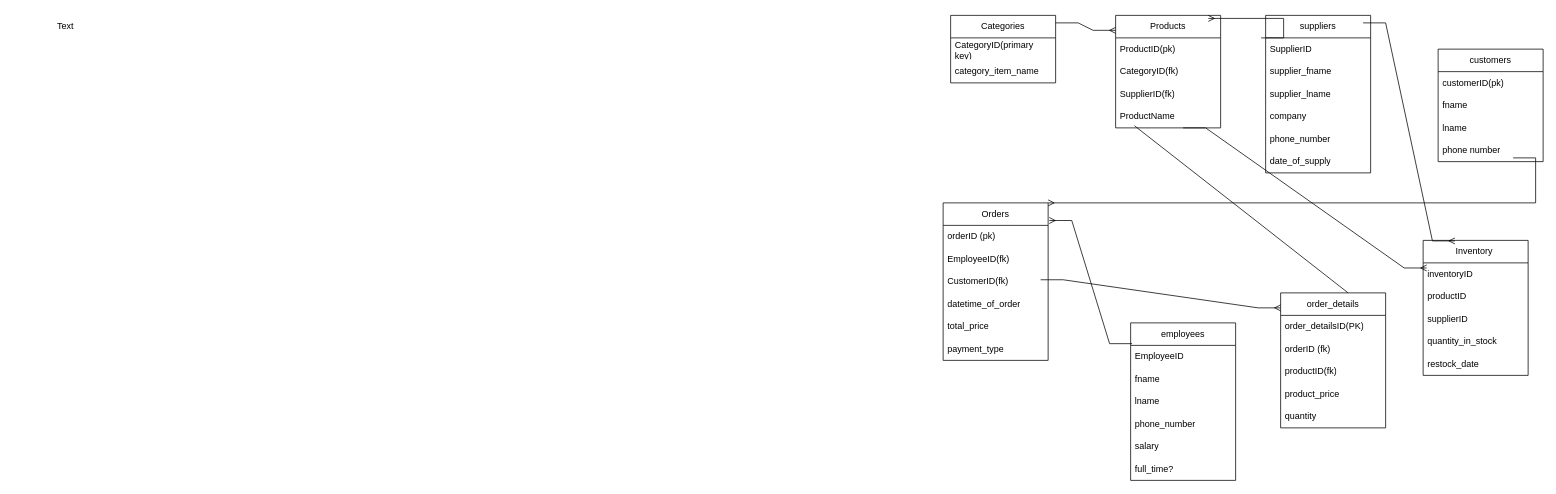
Earlier version of the draw.io diagram Untitled Diagram.drawio (jdridges/Capstone_1). Source tidied: cells renumbered, new cells numbered last; positions are measured from the earlier drawing's top-left corner, leaving out a move shared by most shapes. Both pictures are drawn from the tidied source at 75%, with x=0, y=0 at pixel (13, 15).
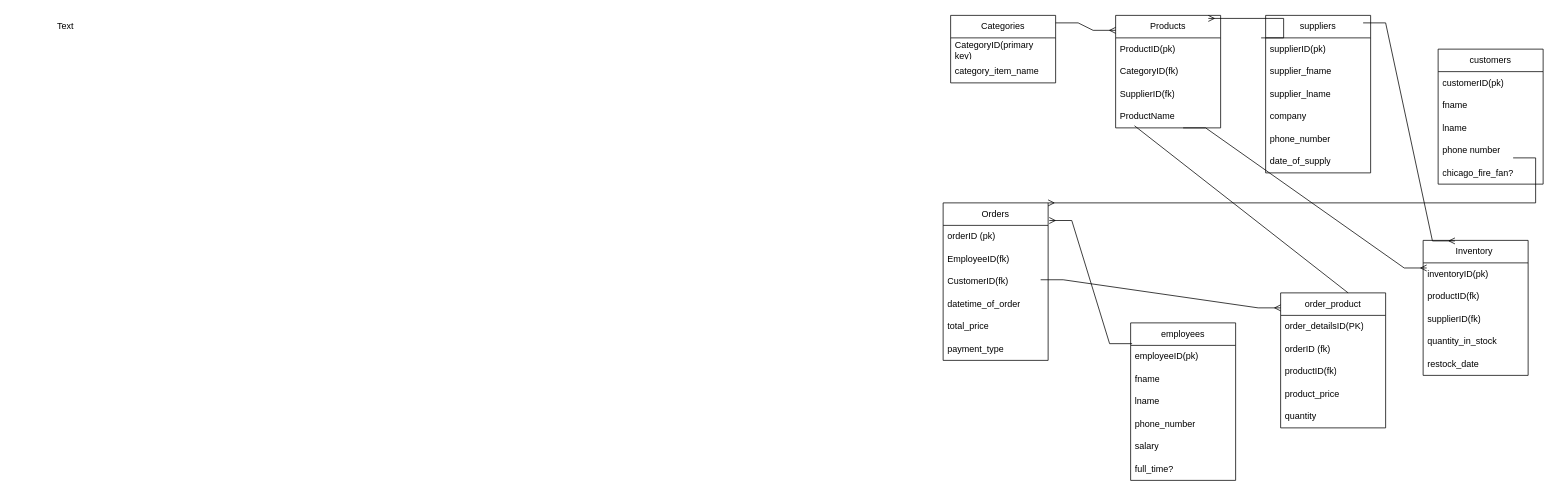
The same diagram, later.

Unchanged cells that the change refers to:
```xml
<mxCell id="12" value="suppliers" style="swimlane;fontStyle=0;horizontal=1;startSize=30;whiteSpace=wrap;html=1;" parent="1" vertex="1">
  <mxGeometry x="1670" width="140" height="210" as="geometry" />
</mxCell>
<mxCell id="26" value="employees" style="swimlane;fontStyle=0;horizontal=1;startSize=30;whiteSpace=wrap;html=1;" parent="1" vertex="1">
  <mxGeometry x="1490" y="410" width="140" height="210" as="geometry" />
</mxCell>
<mxCell id="45" value="Inventory&amp;nbsp;" style="swimlane;fontStyle=0;horizontal=1;startSize=30;whiteSpace=wrap;html=1;" parent="1" vertex="1">
  <mxGeometry x="1880" y="300" width="140" height="180" as="geometry" />
</mxCell>
```

Change to the diagram source:
```diff
@@
-    <mxCell id="13" value="SupplierID" style="text;strokeColor=none;fillColor=none;align=left;verticalAlign=middle;spacingLeft=4;spacingRight=4;overflow=hidden;whiteSpace=wrap;html=1;" parent="12" vertex="1">
+    <mxCell id="13" value="supplierID(pk)" style="text;strokeColor=none;fillColor=none;align=left;verticalAlign=middle;spacingLeft=4;spacingRight=4;overflow=hidden;whiteSpace=wrap;html=1;" parent="12" vertex="1">
       <mxGeometry y="30" width="140" height="30" as="geometry" />
     </mxCell>
@@
-    <mxCell id="27" value="EmployeeID" style="text;strokeColor=none;fillColor=none;align=left;verticalAlign=middle;spacingLeft=4;spacingRight=4;overflow=hidden;whiteSpace=wrap;html=1;" parent="26" vertex="1">
+    <mxCell id="27" value="employeeID(pk)" style="text;strokeColor=none;fillColor=none;align=left;verticalAlign=middle;spacingLeft=4;spacingRight=4;overflow=hidden;whiteSpace=wrap;html=1;" parent="26" vertex="1">
       <mxGeometry y="30" width="140" height="30" as="geometry" />
     </mxCell>
@@
-    <mxCell id="33" value="order_details" style="swimlane;fontStyle=0;horizontal=1;startSize=30;whiteSpace=wrap;html=1;" parent="1" vertex="1">
+    <mxCell id="33" value="order_product" style="swimlane;fontStyle=0;horizontal=1;startSize=30;whiteSpace=wrap;html=1;" parent="1" vertex="1">
       <mxGeometry x="1690" y="370" width="140" height="180" as="geometry" />
     </mxCell>
@@
     <mxCell id="39" value="customers" style="swimlane;fontStyle=0;horizontal=1;startSize=30;whiteSpace=wrap;html=1;" parent="1" vertex="1">
-      <mxGeometry x="1900" y="45" width="140" height="150" as="geometry" />
+      <mxGeometry x="1900" y="45" width="140" height="180" as="geometry" />
     </mxCell>
@@
+    <mxCell id="57" value="chicago_fire_fan?" style="text;strokeColor=none;fillColor=none;align=left;verticalAlign=middle;spacingLeft=4;spacingRight=4;overflow=hidden;whiteSpace=wrap;html=1;" parent="39" vertex="1">
+      <mxGeometry y="150" width="140" height="30" as="geometry" />
+    </mxCell>
@@
-    <mxCell id="46" value="inventoryID" style="text;strokeColor=none;fillColor=none;align=left;verticalAlign=middle;spacingLeft=4;spacingRight=4;overflow=hidden;points=[[0,0.5],[1,0.5]];portConstraint=eastwest;whiteSpace=wrap;html=1;" parent="45" vertex="1">
+    <mxCell id="46" value="inventoryID(pk)" style="text;strokeColor=none;fillColor=none;align=left;verticalAlign=middle;spacingLeft=4;spacingRight=4;overflow=hidden;points=[[0,0.5],[1,0.5]];portConstraint=eastwest;whiteSpace=wrap;html=1;" parent="45" vertex="1">
       <mxGeometry y="30" width="140" height="30" as="geometry" />
     </mxCell>
-    <mxCell id="47" value="productID" style="text;strokeColor=none;fillColor=none;align=left;verticalAlign=middle;spacingLeft=4;spacingRight=4;overflow=hidden;whiteSpace=wrap;html=1;" parent="45" vertex="1">
+    <mxCell id="47" value="productID(fk)" style="text;strokeColor=none;fillColor=none;align=left;verticalAlign=middle;spacingLeft=4;spacingRight=4;overflow=hidden;whiteSpace=wrap;html=1;" parent="45" vertex="1">
       <mxGeometry y="60" width="140" height="30" as="geometry" />
     </mxCell>
-    <mxCell id="48" value="supplierID" style="text;strokeColor=none;fillColor=none;align=left;verticalAlign=middle;spacingLeft=4;spacingRight=4;overflow=hidden;whiteSpace=wrap;html=1;" parent="45" vertex="1">
+    <mxCell id="48" value="supplierID(fk)" style="text;strokeColor=none;fillColor=none;align=left;verticalAlign=middle;spacingLeft=4;spacingRight=4;overflow=hidden;whiteSpace=wrap;html=1;" parent="45" vertex="1">
       <mxGeometry y="90" width="140" height="30" as="geometry" />
     </mxCell>
```
